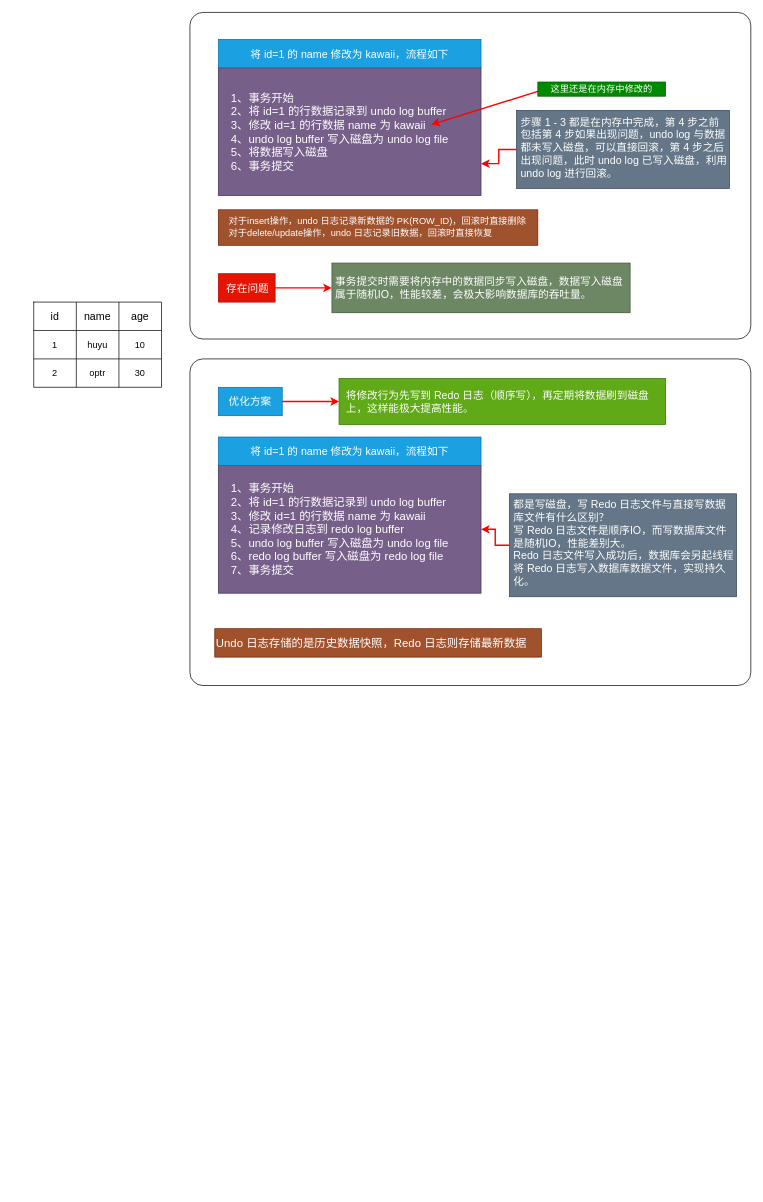
This is mysql_redo_undo.drawio from Eudora-Bessie/AutoApiSR, a draw.io file, before an edit. Source tidied: cells renumbered, new cells numbered last; positions are measured from the earlier drawing's top-left corner, leaving out a move shared by most shapes. Both pictures are drawn from the tidied source at 71%, with x=0, y=0 at pixel (33, 12).
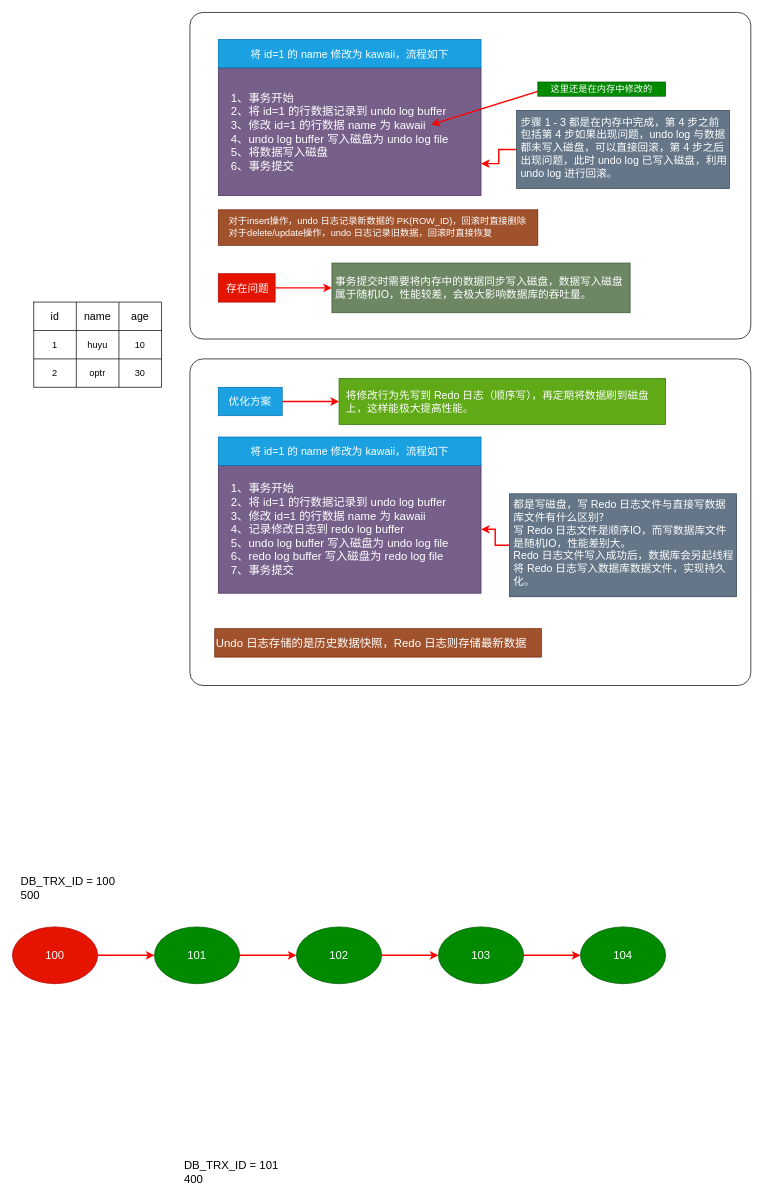
The same diagram, later.

The edit, as a diff of the source:
```diff
@@
+    <mxCell id="35" style="edgeStyle=orthogonalEdgeStyle;rounded=0;jettySize=auto;html=1;strokeColor=#FF0000;strokeWidth=2;fontSize=16;" parent="1" edge="1" source="36" target="38">
+      <mxGeometry relative="1" as="geometry" />
+    </mxCell>
+    <mxCell id="36" value="100" style="ellipse;whiteSpace=wrap;html=1;fontSize=16;align=center;fillColor=#e51400;strokeColor=#B20000;fontColor=#ffffff;" parent="1" vertex="1">
+      <mxGeometry x="-30" y="1288" width="120" height="80" as="geometry" />
+    </mxCell>
+    <mxCell id="37" style="edgeStyle=orthogonalEdgeStyle;rounded=0;jettySize=auto;html=1;strokeColor=#FF0000;strokeWidth=2;fontSize=16;" parent="1" edge="1" source="38" target="40">
+      <mxGeometry relative="1" as="geometry" />
+    </mxCell>
+    <mxCell id="38" value="101" style="ellipse;whiteSpace=wrap;html=1;fontSize=16;align=center;fillColor=#008a00;strokeColor=#005700;fontColor=#ffffff;" parent="1" vertex="1">
+      <mxGeometry x="170" y="1288" width="120" height="80" as="geometry" />
+    </mxCell>
+    <mxCell id="39" style="edgeStyle=orthogonalEdgeStyle;rounded=0;jettySize=auto;html=1;strokeColor=#FF0000;strokeWidth=2;fontSize=16;" parent="1" edge="1" source="40" target="42">
+      <mxGeometry relative="1" as="geometry" />
+    </mxCell>
+    <mxCell id="40" value="102" style="ellipse;whiteSpace=wrap;html=1;fontSize=16;align=center;fillColor=#008a00;strokeColor=#005700;fontColor=#ffffff;" parent="1" vertex="1">
+      <mxGeometry x="370" y="1288" width="120" height="80" as="geometry" />
+    </mxCell>
+    <mxCell id="41" style="edgeStyle=orthogonalEdgeStyle;rounded=0;jettySize=auto;html=1;strokeColor=#FF0000;strokeWidth=2;fontSize=16;" parent="1" edge="1" source="42" target="44">
+      <mxGeometry relative="1" as="geometry" />
+    </mxCell>
+    <mxCell id="42" value="103" style="ellipse;whiteSpace=wrap;html=1;fontSize=16;align=center;fillColor=#008a00;strokeColor=#005700;fontColor=#ffffff;" parent="1" vertex="1">
+      <mxGeometry x="570" y="1288" width="120" height="80" as="geometry" />
+    </mxCell>
+    <mxCell id="43" value="&lt;div&gt;DB_TRX_ID = 100&lt;/div&gt;&lt;div&gt;500&lt;/div&gt;" style="text;html=1;strokeColor=none;fillColor=none;align=left;verticalAlign=middle;whiteSpace=wrap;rounded=0;fontSize=16;" parent="1" vertex="1">
+      <mxGeometry x="-20" y="1208" width="190" height="50" as="geometry" />
+    </mxCell>
+    <mxCell id="44" value="104" style="ellipse;whiteSpace=wrap;html=1;fontSize=16;align=center;fillColor=#008a00;strokeColor=#005700;fontColor=#ffffff;" parent="1" vertex="1">
+      <mxGeometry x="770" y="1288" width="120" height="80" as="geometry" />
+    </mxCell>
+    <mxCell id="45" value="&lt;div&gt;DB_TRX_ID = 101&lt;/div&gt;&lt;div&gt;4&lt;span&gt;00&lt;/span&gt;&lt;/div&gt;" style="text;html=1;strokeColor=none;fillColor=none;align=left;verticalAlign=middle;whiteSpace=wrap;rounded=0;fontSize=16;" parent="1" vertex="1">
+      <mxGeometry x="210" y="1608" width="190" height="50" as="geometry" />
+    </mxCell>
```
